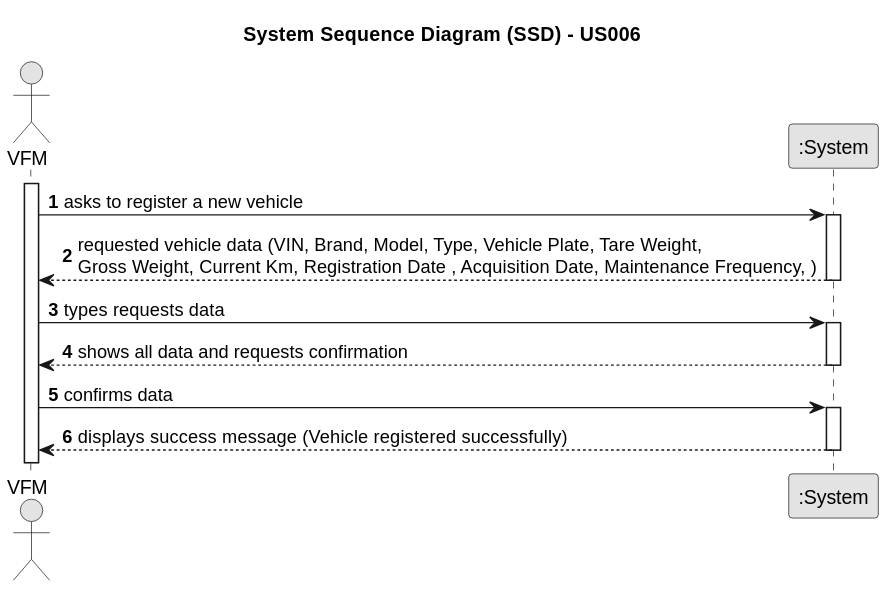
ricardomm7/leaflink keeps this PlantUML diagram as docs/sprintC/us020/01.requirements-engineering/svg/us020-system-sequence-diagram-alternative-one.svg. Above is the earlier version. Its diagram source:
```plantuml
@startuml
skinparam monochrome true
skinparam packageStyle rectangle
skinparam shadowing false

title System Sequence Diagram (SSD) - US006

autonumber

actor "VFM" as VFM
participant ":System" as System

activate VFM

    VFM -> System : asks to register a new vehicle
    activate System

        System --> VFM : requested vehicle data (VIN, Brand, Model, Type, Vehicle Plate, Tare Weight, \nGross Weight, Current Km, Registration Date , Acquisition Date, Maintenance Frequency, )
    deactivate System

    VFM -> System : types requests data

    activate System

        System --> VFM : shows all data and requests confirmation
    deactivate System

    VFM -> System : confirms data
    activate System

        System --> VFM :  displays success message (Vehicle registered successfully)
    deactivate System
@enduml
```
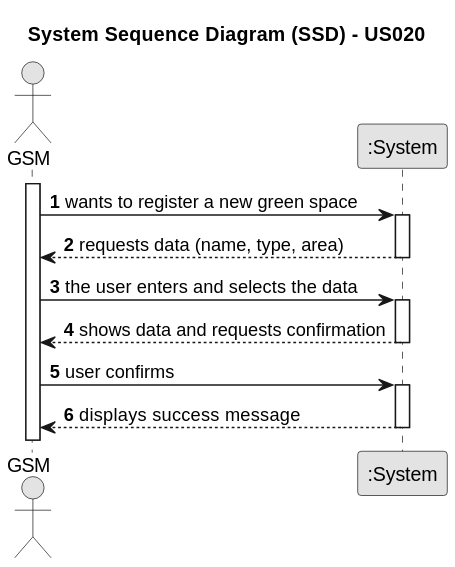
Later version of the same file.

Change to the diagram source:
```diff
@@ -3,31 +3,28 @@
 skinparam packageStyle rectangle
 skinparam shadowing false
 
-title System Sequence Diagram (SSD) - US006
+title System Sequence Diagram (SSD) - US020
 
 autonumber
 
-actor "VFM" as VFM
+actor "GSM" as GSM
 participant ":System" as System
 
-activate VFM
+activate GSM
 
-    VFM -> System : asks to register a new vehicle
+    GSM -> System : wants to register a new green space
     activate System
 
-        System --> VFM : requested vehicle data (VIN, Brand, Model, Type, Vehicle Plate, Tare Weight, \nGross Weight, Current Km, Registration Date , Acquisition Date, Maintenance Frequency, )
+        System --> GSM : requests data (name, type, area)
     deactivate System
-
-    VFM -> System : types requests data
-
+    GSM -> System : the user enters and selects the data
     activate System
 
-        System --> VFM : shows all data and requests confirmation
+        System --> GSM : shows data and requests confirmation
     deactivate System
-
-    VFM -> System : confirms data
+    GSM -> System :  user confirms
     activate System
 
-        System --> VFM :  displays success message (Vehicle registered successfully)
+        System --> GSM : displays success message
     deactivate System
 @enduml
```
